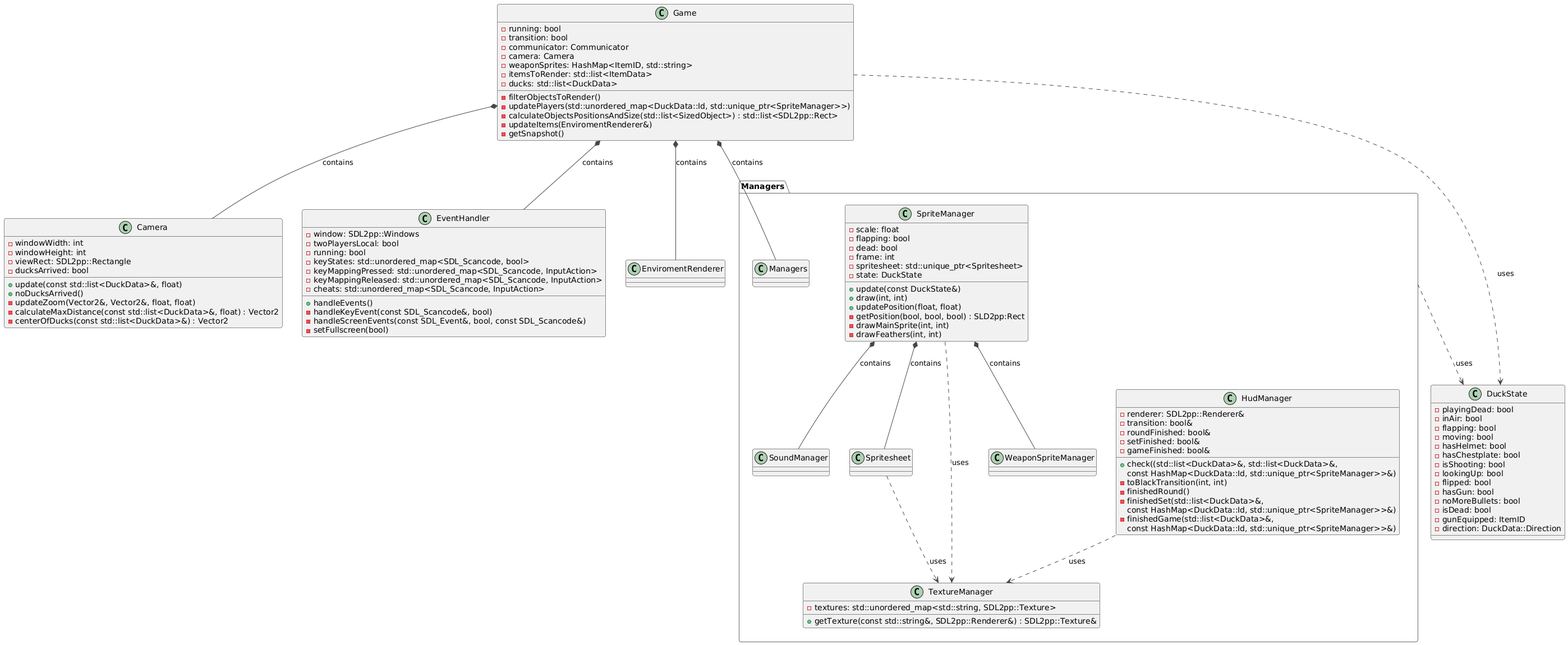
valentinbersi/DuckGame-Recreation keeps this PlantUML diagram as documentation/img/Client-Game.png. Above is the earlier version. The source it was exported from:
```plantuml
@startuml
!theme vibrant

class Game {
  - running: bool
  - transition: bool
  - communicator: Communicator
  - camera: Camera
  - weaponSprites: HashMap<ItemID, std::string>
  - itemsToRender: std::list<ItemData>
  - ducks: std::list<DuckData>
  - filterObjectsToRender()
  - updatePlayers(std::unordered_map<DuckData::Id, std::unique_ptr<SpriteManager>>)
  - calculateObjectsPositionsAndSize(std::list<SizedObject>) : std::list<SDL2pp::Rect>
  - updateItems(EnviromentRenderer&)
  - getSnapshot()
}

class Camera {
  - windowWidth: int
  - windowHeight: int
  - viewRect: SDL2pp::Rectangle
  - ducksArrived: bool
  + update(const std::list<DuckData>&, float)
  + noDucksArrived()
  - updateZoom(Vector2&, Vector2&, float, float)
  - calculateMaxDistance(const std::list<DuckData>&, float) : Vector2
  - centerOfDucks(const std::list<DuckData>&) : Vector2

}


Game *-- Camera : contains

class EventHandler {
  - window: SDL2pp::Windows
  - twoPlayersLocal: bool
  - running: bool
  - keyStates: std::unordered_map<SDL_Scancode, bool>
  - keyMappingPressed: std::unordered_map<SDL_Scancode, InputAction>
  - keyMappingReleased: std::unordered_map<SDL_Scancode, InputAction>
  - cheats: std::unordered_map<SDL_Scancode, InputAction>
  + handleEvents()
  - handleKeyEvent(const SDL_Scancode&, bool)
  - handleScreenEvents(const SDL_Event&, bool, const SDL_Scancode&)
  - setFullscreen(bool)
}

Game *-- EventHandler : contains

class EnviromentRenderer {
}

package "Managers"{
class HudManager {
  - renderer: SDL2pp::Renderer&
  - transition: bool&
  - roundFinished: bool&
  - setFinished: bool&
  - gameFinished: bool&
  + check((std::list<DuckData>&, std::list<DuckData>&,
          const HashMap<DuckData::Id, std::unique_ptr<SpriteManager>>&)
  - toBlackTransition(int, int)
  - finishedRound()
  - finishedSet(std::list<DuckData>&,
                     const HashMap<DuckData::Id, std::unique_ptr<SpriteManager>>&)
  - finishedGame(std::list<DuckData>&,
                     const HashMap<DuckData::Id, std::unique_ptr<SpriteManager>>&)
}

class SoundManager {}

class SpriteManager{
  - scale: float
  - flapping: bool
  - dead: bool
  - frame: int
  - spritesheet: std::unique_ptr<Spritesheet>
  - state: DuckState
  + update(const DuckState&)
  + draw(int, int)
  + updatePosition(float, float)
  - getPosition(bool, bool, bool) : SLD2pp:Rect
  - drawMainSprite(int, int)
  - drawFeathers(int, int)
}

class Spritesheet {}

SpriteManager *-- Spritesheet : contains

class TextureManager {
  + getTexture(const std::string&, SDL2pp::Renderer&) : SDL2pp::Texture&
  - textures: std::unordered_map<std::string, SDL2pp::Texture>
}

SpriteManager ..> TextureManager : uses
Spritesheet ..> TextureManager : uses
HudManager ..> TextureManager : uses

class WeaponSpriteManager {}

SpriteManager *-- WeaponSpriteManager : contains
SpriteManager *-- SoundManager : contains

Game *-- Managers : contains
}



class DuckState {
  - playingDead: bool
  - inAir: bool
  - flapping: bool
  - moving: bool
  - hasHelmet: bool
  - hasChestplate: bool
  - isShooting: bool
  - lookingUp: bool
  - flipped: bool
  - hasGun: bool
  - noMoreBullets: bool
  - isDead: bool
  - gunEquipped: ItemID
  - direction: DuckData::Direction
}

Game ..> DuckState : uses
Managers ..>  DuckState : uses

Game *-- EnviromentRenderer : contains
@enduml
```
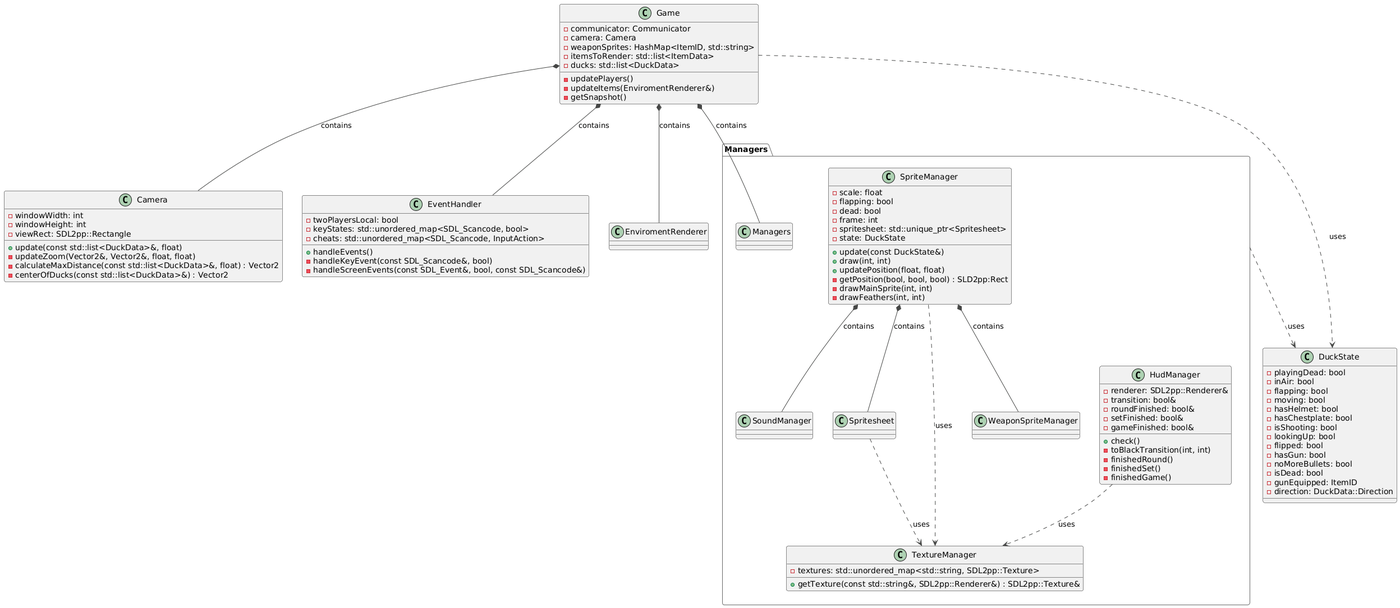
The same file after the commit.

Commit message:
other markdown and spark

Change to the diagram source:
```diff
@@ -2,16 +2,12 @@
 !theme vibrant
 
 class Game {
-  - running: bool
-  - transition: bool
   - communicator: Communicator
   - camera: Camera
   - weaponSprites: HashMap<ItemID, std::string>
   - itemsToRender: std::list<ItemData>
   - ducks: std::list<DuckData>
-  - filterObjectsToRender()
-  - updatePlayers(std::unordered_map<DuckData::Id, std::unique_ptr<SpriteManager>>)
-  - calculateObjectsPositionsAndSize(std::list<SizedObject>) : std::list<SDL2pp::Rect>
+  - updatePlayers()
   - updateItems(EnviromentRenderer&)
   - getSnapshot()
 }
@@ -20,9 +16,7 @@
   - windowWidth: int
   - windowHeight: int
   - viewRect: SDL2pp::Rectangle
-  - ducksArrived: bool
   + update(const std::list<DuckData>&, float)
-  + noDucksArrived()
   - updateZoom(Vector2&, Vector2&, float, float)
   - calculateMaxDistance(const std::list<DuckData>&, float) : Vector2
   - centerOfDucks(const std::list<DuckData>&) : Vector2
@@ -33,17 +27,12 @@
 Game *-- Camera : contains
 
 class EventHandler {
-  - window: SDL2pp::Windows
   - twoPlayersLocal: bool
-  - running: bool
   - keyStates: std::unordered_map<SDL_Scancode, bool>
-  - keyMappingPressed: std::unordered_map<SDL_Scancode, InputAction>
-  - keyMappingReleased: std::unordered_map<SDL_Scancode, InputAction>
   - cheats: std::unordered_map<SDL_Scancode, InputAction>
   + handleEvents()
   - handleKeyEvent(const SDL_Scancode&, bool)
   - handleScreenEvents(const SDL_Event&, bool, const SDL_Scancode&)
-  - setFullscreen(bool)
 }
 
 Game *-- EventHandler : contains
@@ -58,14 +47,11 @@
   - roundFinished: bool&
   - setFinished: bool&
   - gameFinished: bool&
-  + check((std::list<DuckData>&, std::list<DuckData>&,
-          const HashMap<DuckData::Id, std::unique_ptr<SpriteManager>>&)
+  + check()
   - toBlackTransition(int, int)
   - finishedRound()
-  - finishedSet(std::list<DuckData>&,
-                     const HashMap<DuckData::Id, std::unique_ptr<SpriteManager>>&)
-  - finishedGame(std::list<DuckData>&,
-                     const HashMap<DuckData::Id, std::unique_ptr<SpriteManager>>&)
+  - finishedSet()
+  - finishedGame()
 }
 
 class SoundManager {}
```
